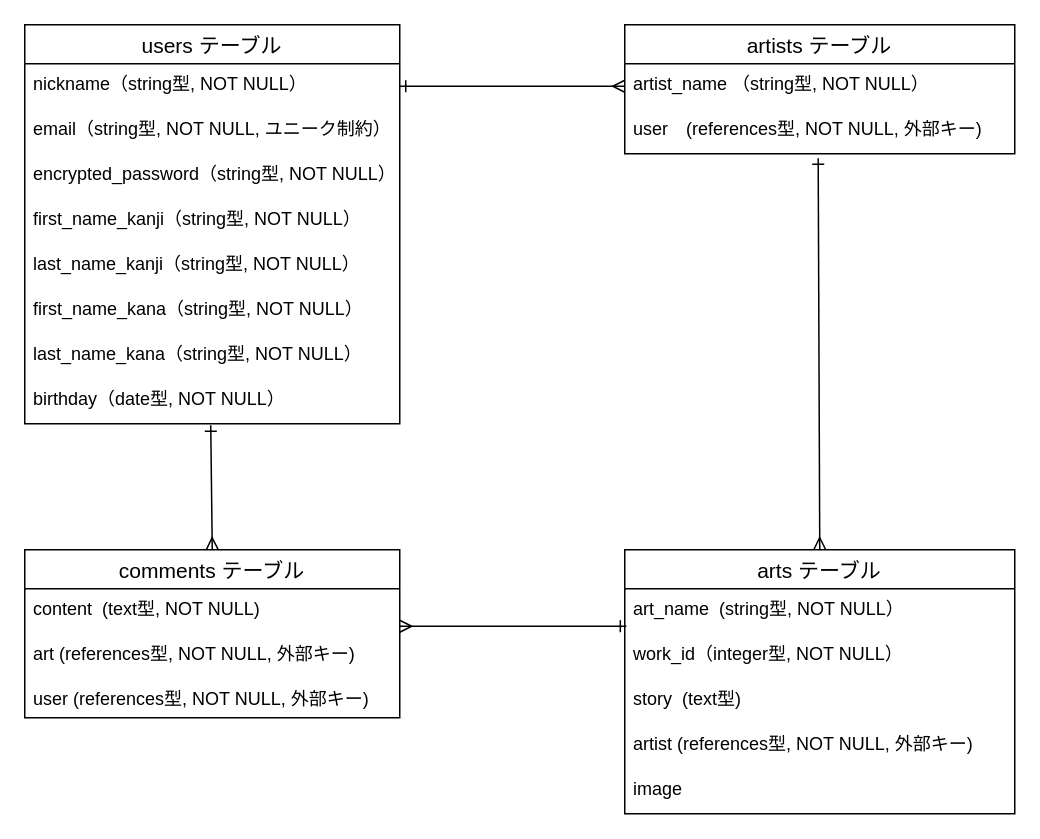
Above: test.dio in Tanaka925/original_app (draw.io), before the change. Source tidied: cells renumbered, new cells numbered last; positions are measured from the earlier drawing's top-left corner, leaving out a move shared by most shapes. Both pictures are drawn from the tidied source at 150%, with x=0, y=0 at pixel (24, 24).
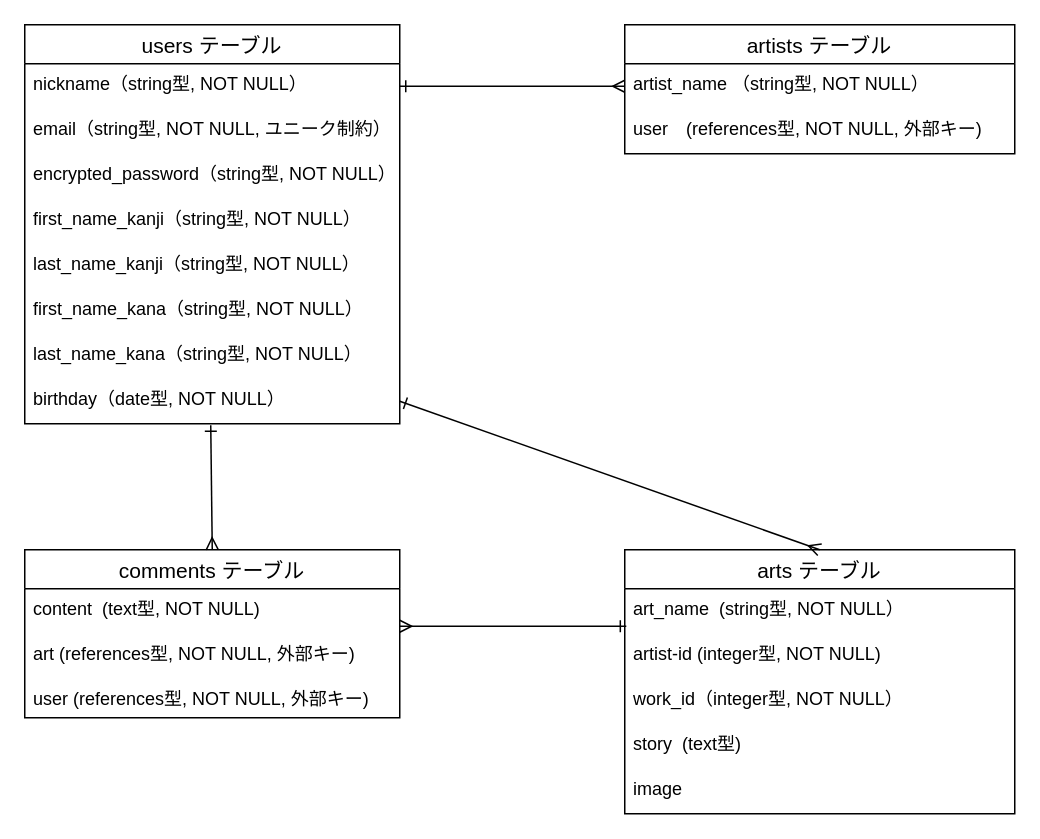
The same diagram, later.

Unchanged cells that the change refers to:
```xml
<mxCell id="10" value="birthday（date型, NOT NULL）" style="text;strokeColor=none;fillColor=none;spacingLeft=4;spacingRight=4;overflow=hidden;points=[[0,0.5],[1,0.5]];portConstraint=eastwest;fontSize=12;" parent="2" vertex="1">
  <mxGeometry y="236" width="250" height="30" as="geometry" />
</mxCell>
<mxCell id="16" value="arts テーブル" style="swimlane;fontStyle=0;horizontal=1;startSize=26;align=center;fontSize=14;" parent="1" vertex="1">
  <mxGeometry x="400" y="350" width="260" height="176" as="geometry" />
</mxCell>
<mxCell id="24" value="user　(references型, NOT NULL, 外部キー)" style="text;strokeColor=none;fillColor=none;spacingLeft=4;spacingRight=4;overflow=hidden;points=[[0,0.5],[1,0.5]];portConstraint=eastwest;fontSize=12;" parent="22" vertex="1">
  <mxGeometry y="56" width="260" height="30" as="geometry" />
</mxCell>
```

Diff of the diagram source:
```diff
@@
+    <mxCell id="20" value="artist-id (integer型, NOT NULL)" style="text;strokeColor=none;fillColor=none;spacingLeft=4;spacingRight=4;overflow=hidden;fontSize=12;" parent="16" vertex="1">
+      <mxGeometry y="56" width="260" height="30" as="geometry" />
+    </mxCell>
     <mxCell id="18" value="work_id（integer型, NOT NULL）" style="text;strokeColor=none;fillColor=none;spacingLeft=4;spacingRight=4;overflow=hidden;fontSize=12;" parent="16" vertex="1">
-      <mxGeometry y="56" width="260" height="30" as="geometry" />
+      <mxGeometry y="86" width="260" height="30" as="geometry" />
     </mxCell>
     <mxCell id="19" value="story  (text型)&#10;&#10;" style="text;strokeColor=none;fillColor=none;spacingLeft=4;spacingRight=4;overflow=hidden;fontSize=12;" parent="16" vertex="1">
-      <mxGeometry y="86" width="260" height="30" as="geometry" />
+      <mxGeometry y="116" width="260" height="30" as="geometry" />
     </mxCell>
-    <mxCell id="20" value="artist (references型, NOT NULL, 外部キー)" style="text;strokeColor=none;fillColor=none;spacingLeft=4;spacingRight=4;overflow=hidden;fontSize=12;" parent="16" vertex="1">
-      <mxGeometry y="116" width="260" height="30" as="geometry" />
-    </mxCell>
@@
-    <mxCell id="27" style="edgeStyle=none;html=1;startArrow=ERone;startFill=0;endArrow=ERmany;endFill=0;entryX=0.5;entryY=0;entryDx=0;entryDy=0;exitX=0.496;exitY=1.1;exitDx=0;exitDy=0;exitPerimeter=0;" parent="1" edge="1" source="24" target="16">
+    <mxCell id="27" style="edgeStyle=none;html=1;startArrow=ERone;startFill=0;endArrow=ERmany;endFill=0;entryX=0.5;entryY=0;entryDx=0;entryDy=0;exitX=1;exitY=0.5;exitDx=0;exitDy=0;" parent="1" edge="1" source="10" target="16">
       <mxGeometry relative="1" as="geometry" />
     </mxCell>
```
